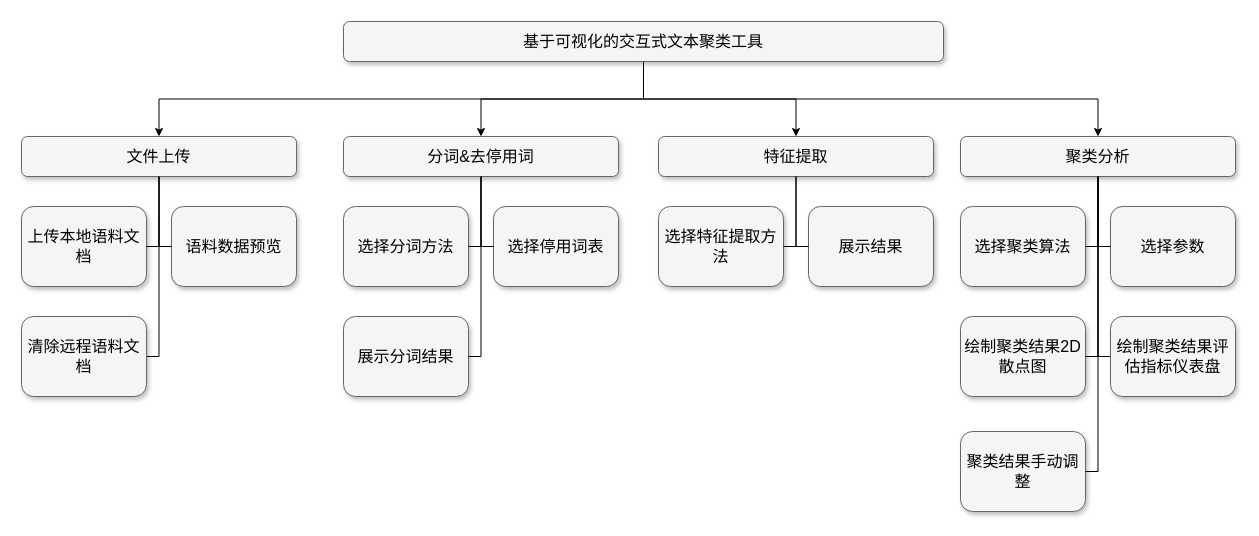
Earlier version of the draw.io diagram test-img/functions.drawio (clock2125/image-hosting). Source tidied: cells renumbered, new cells numbered last; positions are measured from the earlier drawing's top-left corner, leaving out a move shared by most shapes. Both pictures are drawn from the tidied source at 100%, with x=0, y=0 at pixel (21, 21).
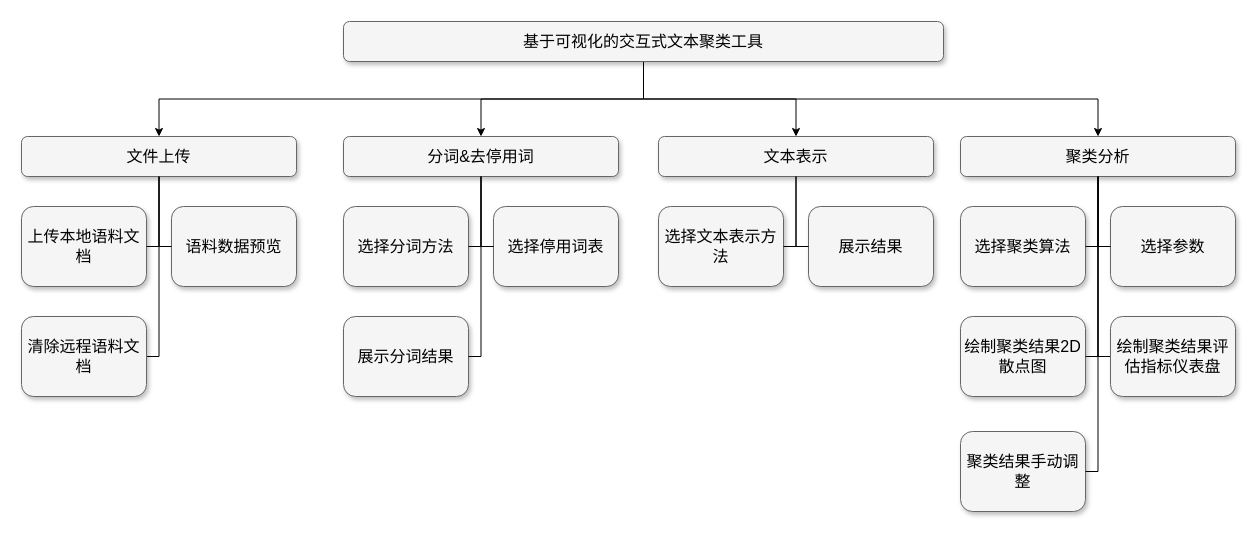
After the change.

Diff of the diagram source:
```diff
@@
-    <mxCell id="8" value="特征提取" style="whiteSpace=wrap;html=1;rounded=1;shadow=1;strokeWidth=1;fontSize=16;align=center;fillColor=#f5f5f5;strokeColor=#666666;" parent="1" vertex="1">
+    <mxCell id="8" value="文本表示" style="whiteSpace=wrap;html=1;rounded=1;shadow=1;strokeWidth=1;fontSize=16;align=center;fillColor=#f5f5f5;strokeColor=#666666;" parent="1" vertex="1">
       <mxGeometry x="637" y="115" width="275" height="40" as="geometry" />
     </mxCell>
@@
-    <mxCell id="15" value="选择特征提取方法" style="whiteSpace=wrap;html=1;rounded=1;shadow=1;strokeWidth=1;fontSize=16;align=center;fillColor=#f5f5f5;strokeColor=#666666;" parent="1" vertex="1">
+    <mxCell id="15" value="选择文本表示方法" style="whiteSpace=wrap;html=1;rounded=1;shadow=1;strokeWidth=1;fontSize=16;align=center;fillColor=#f5f5f5;strokeColor=#666666;" parent="1" vertex="1">
       <mxGeometry x="637" y="185" width="125" height="80" as="geometry" />
     </mxCell>
```
